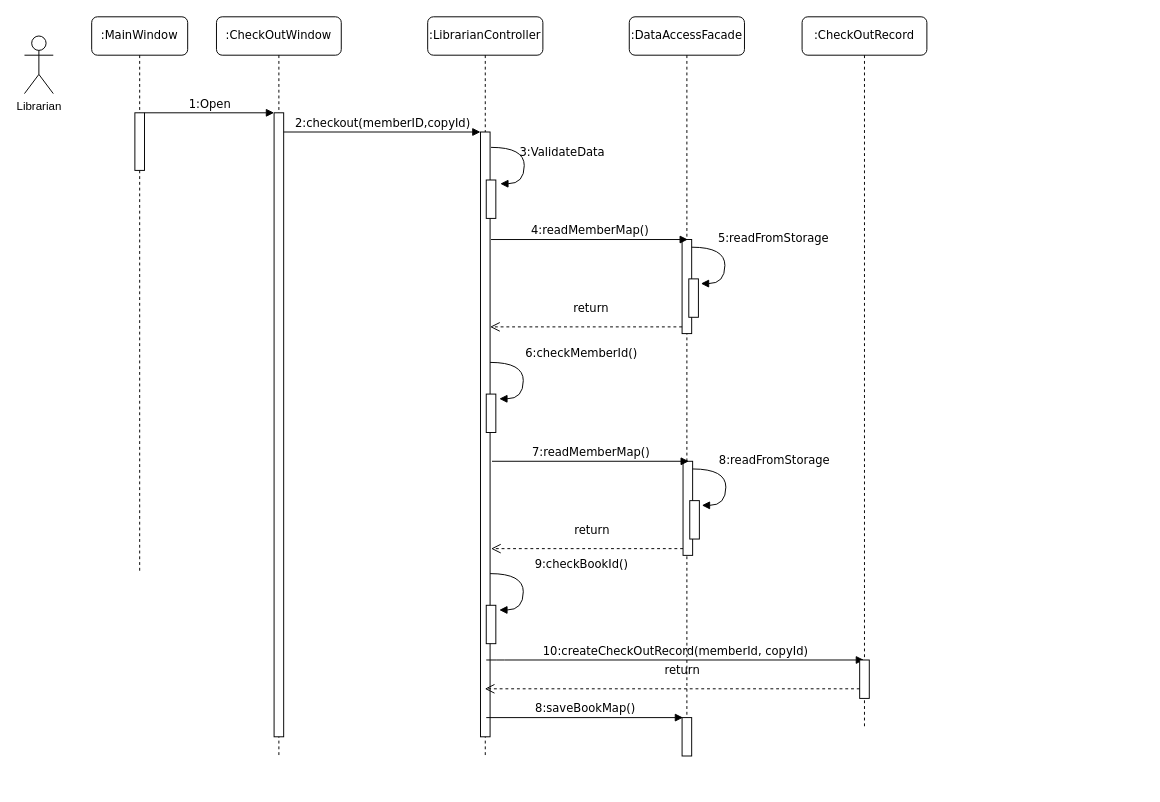
Above: src/docs/checkoutSeqDiagram.drawio in ProfMuhyieddinMIU/MPP-Mar20-Project (draw.io), before the change. Source tidied: cells renumbered, new cells numbered last; positions are measured from the earlier drawing's top-left corner, leaving out a move shared by most shapes. Both pictures are drawn from the tidied source at 96%, with x=0, y=0 at pixel (24, 16).
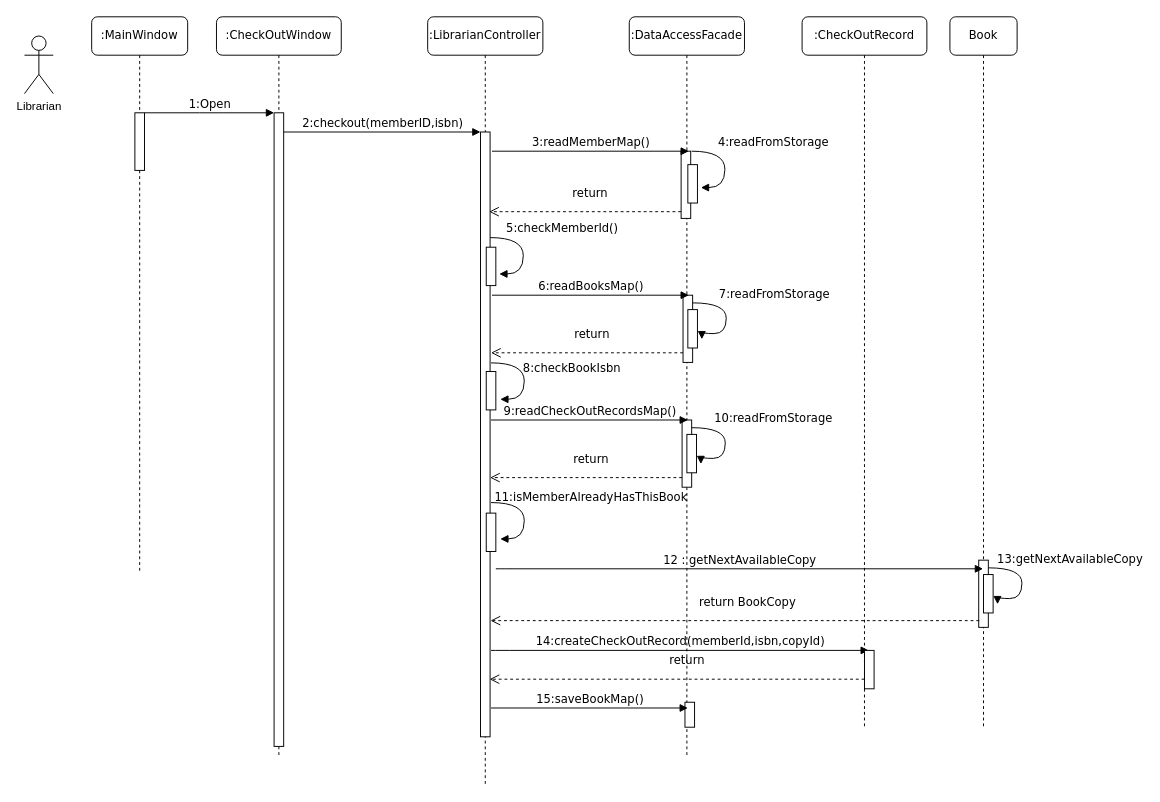
After the change.

Commit message (it also covers changes not shown here):
update checkOut sequence digram

update checkOut sequence digram

Unchanged cells that the change refers to:
```xml
<mxCell id="2" value=":CheckOutWindow" style="shape=umlLifeline;perimeter=lifelinePerimeter;whiteSpace=wrap;html=1;rounded=1;shadow=0;comic=0;labelBackgroundColor=none;strokeWidth=1;fontFamily=Verdana;fontSize=12;align=center;" parent="1" vertex="1">
  <mxGeometry x="200" width="130" height="770" as="geometry" />
</mxCell>
<mxCell id="5" style="html=1;points=[];perimeter=orthogonalPerimeter;rounded=0;shadow=0;comic=0;labelBackgroundColor=none;strokeWidth=1;fontFamily=Verdana;fontSize=12;align=center;" parent="4" vertex="1">
  <mxGeometry x="55" y="120" width="10" height="630" as="geometry" />
</mxCell>
<mxCell id="8" value=":DataAccessFacade" style="shape=umlLifeline;perimeter=lifelinePerimeter;whiteSpace=wrap;html=1;rounded=1;shadow=0;comic=0;labelBackgroundColor=none;strokeWidth=1;fontFamily=Verdana;fontSize=12;align=center;" parent="1" vertex="1">
  <mxGeometry x="630" width="120" height="770" as="geometry" />
</mxCell>
```

The edit, as a diff of the source:
```diff
@@
     <mxCell id="3" style="html=1;points=[];perimeter=orthogonalPerimeter;rounded=0;shadow=0;comic=0;labelBackgroundColor=none;strokeWidth=1;fontFamily=Verdana;fontSize=12;align=center;" parent="2" vertex="1">
-      <mxGeometry x="60" y="100" width="10" height="650" as="geometry" />
+      <mxGeometry x="60" y="100" width="10" height="660" as="geometry" />
     </mxCell>
     <mxCell id="4" value=":LibrarianController" style="shape=umlLifeline;perimeter=lifelinePerimeter;whiteSpace=wrap;html=1;outlineConnect=0;rounded=1;shadow=0;comic=0;labelBackgroundColor=none;strokeWidth=1;fontFamily=Verdana;fontSize=12;align=center;" parent="1" vertex="1">
-      <mxGeometry x="420" width="120" height="770" as="geometry" />
+      <mxGeometry x="420" width="120" height="800" as="geometry" />
     </mxCell>
@@
-    <mxCell id="6" style="html=1;perimeter=orthogonalPerimeter;rounded=0;shadow=0;comic=0;labelBackgroundColor=none;strokeWidth=1;fontFamily=Verdana;fontSize=12;align=center;" parent="4" vertex="1">
-      <mxGeometry x="61" y="613" width="10" height="40" as="geometry" />
-    </mxCell>
-    <mxCell id="7" value="9:checkBookId()" style="html=1;verticalAlign=bottom;endArrow=block;labelBackgroundColor=none;fontFamily=Verdana;fontSize=12;elbow=vertical;edgeStyle=orthogonalEdgeStyle;curved=1;entryX=1;entryY=0.286;entryPerimeter=0;exitX=1.038;exitY=0.345;exitPerimeter=0;" parent="4" edge="1">
-      <mxGeometry x="-0.29" y="-60" relative="1" as="geometry">
-        <mxPoint x="65" y="580" as="sourcePoint" />
-        <mxPoint x="74.6" y="617.9" as="targetPoint" />
-        <Array as="points">
-          <mxPoint x="99.6" y="579.9" />
-          <mxPoint x="99.6" y="617.9" />
-        </Array>
-        <mxPoint x="120" as="offset" />
-      </mxGeometry>
-    </mxCell>
+    <mxCell id="19" style="html=1;perimeter=orthogonalPerimeter;rounded=0;shadow=0;comic=0;labelBackgroundColor=none;strokeWidth=1;fontFamily=Verdana;fontSize=12;align=center;" parent="4" vertex="1">
+      <mxGeometry x="61" y="369.5" width="10" height="40" as="geometry" />
+    </mxCell>
@@
-    <mxCell id="9" style="html=1;perimeter=orthogonalPerimeter;rounded=0;shadow=0;comic=0;labelBackgroundColor=none;strokeWidth=1;fontFamily=Verdana;fontSize=12;align=center;" parent="8" vertex="1">
-      <mxGeometry x="55" y="232" width="10" height="98" as="geometry" />
-    </mxCell>
-    <mxCell id="10" style="html=1;perimeter=orthogonalPerimeter;rounded=0;shadow=0;comic=0;labelBackgroundColor=none;strokeWidth=1;fontFamily=Verdana;fontSize=12;align=center;" parent="8" vertex="1">
-      <mxGeometry x="62" y="273" width="10" height="40" as="geometry" />
-    </mxCell>
     <mxCell id="11" style="html=1;perimeter=orthogonalPerimeter;rounded=0;shadow=0;comic=0;labelBackgroundColor=none;strokeWidth=1;fontFamily=Verdana;fontSize=12;align=center;" parent="8" vertex="1">
-      <mxGeometry x="55" y="730" width="10" height="40" as="geometry" />
+      <mxGeometry x="58" y="714" width="10" height="26" as="geometry" />
     </mxCell>
+    <mxCell id="27" style="html=1;perimeter=orthogonalPerimeter;rounded=0;shadow=0;comic=0;labelBackgroundColor=none;strokeWidth=1;fontFamily=Verdana;fontSize=12;align=center;" parent="8" vertex="1">
+      <mxGeometry x="56" y="290" width="10" height="70" as="geometry" />
+    </mxCell>
+    <mxCell id="28" style="html=1;perimeter=orthogonalPerimeter;rounded=0;shadow=0;comic=0;labelBackgroundColor=none;strokeWidth=1;fontFamily=Verdana;fontSize=12;align=center;" parent="8" vertex="1">
+      <mxGeometry x="61" y="305" width="10" height="40" as="geometry" />
+    </mxCell>
+    <mxCell id="29" value="6:readBooksMap()" style="html=1;verticalAlign=bottom;endArrow=block;entryX=0;entryY=0;labelBackgroundColor=none;fontFamily=Verdana;fontSize=12;edgeStyle=elbowEdgeStyle;elbow=vertical;" parent="8" edge="1">
+      <mxGeometry relative="1" as="geometry">
+        <mxPoint x="-143" y="290" as="sourcePoint" />
+        <mxPoint x="62" y="290.1" as="targetPoint" />
+      </mxGeometry>
+    </mxCell>
+    <mxCell id="30" value="return" style="html=1;verticalAlign=bottom;endArrow=open;dashed=1;endSize=8;exitX=0;exitY=0.95;labelBackgroundColor=none;fontFamily=Verdana;fontSize=12;" parent="8" edge="1">
+      <mxGeometry x="-0.05" y="-10" relative="1" as="geometry">
+        <mxPoint x="56" y="350" as="sourcePoint" />
+        <mxPoint x="-144" y="350" as="targetPoint" />
+      </mxGeometry>
+    </mxCell>
+    <mxCell id="31" value="7:readFromStorage" style="html=1;verticalAlign=bottom;endArrow=block;labelBackgroundColor=none;fontFamily=Verdana;fontSize=12;elbow=vertical;edgeStyle=orthogonalEdgeStyle;curved=1;entryX=1;entryY=0.286;entryPerimeter=0;exitX=1.038;exitY=0.345;exitPerimeter=0;" parent="8" edge="1">
+      <mxGeometry x="-0.29" y="-50" relative="1" as="geometry">
+        <mxPoint x="66" y="298" as="sourcePoint" />
+        <mxPoint x="75.6" y="335.9" as="targetPoint" />
+        <Array as="points">
+          <mxPoint x="101" y="298" />
+          <mxPoint x="101" y="330" />
+          <mxPoint x="76" y="330" />
+        </Array>
+        <mxPoint x="100" as="offset" />
+      </mxGeometry>
+    </mxCell>
+    <mxCell id="34" style="html=1;perimeter=orthogonalPerimeter;rounded=0;shadow=0;comic=0;labelBackgroundColor=none;strokeWidth=1;fontFamily=Verdana;fontSize=12;align=center;" parent="8" vertex="1">
+      <mxGeometry x="55" y="420" width="10" height="70" as="geometry" />
+    </mxCell>
+    <mxCell id="35" style="html=1;perimeter=orthogonalPerimeter;rounded=0;shadow=0;comic=0;labelBackgroundColor=none;strokeWidth=1;fontFamily=Verdana;fontSize=12;align=center;" parent="8" vertex="1">
+      <mxGeometry x="60" y="435" width="10" height="40" as="geometry" />
+    </mxCell>
+    <mxCell id="36" value="9:readCheckOutRecordsMap()" style="html=1;verticalAlign=bottom;endArrow=block;entryX=0;entryY=0;labelBackgroundColor=none;fontFamily=Verdana;fontSize=12;edgeStyle=elbowEdgeStyle;elbow=vertical;" parent="8" edge="1">
+      <mxGeometry relative="1" as="geometry">
+        <mxPoint x="-144" y="420" as="sourcePoint" />
+        <mxPoint x="61" y="420.1" as="targetPoint" />
+      </mxGeometry>
+    </mxCell>
+    <mxCell id="37" value="return" style="html=1;verticalAlign=bottom;endArrow=open;dashed=1;endSize=8;exitX=0;exitY=0.95;labelBackgroundColor=none;fontFamily=Verdana;fontSize=12;" parent="8" edge="1">
+      <mxGeometry x="-0.05" y="-10" relative="1" as="geometry">
+        <mxPoint x="55" y="480" as="sourcePoint" />
+        <mxPoint x="-145" y="480" as="targetPoint" />
+      </mxGeometry>
+    </mxCell>
+    <mxCell id="38" value="10:readFromStorage" style="html=1;verticalAlign=bottom;endArrow=block;labelBackgroundColor=none;fontFamily=Verdana;fontSize=12;elbow=vertical;edgeStyle=orthogonalEdgeStyle;curved=1;entryX=1;entryY=0.286;entryPerimeter=0;exitX=1.038;exitY=0.345;exitPerimeter=0;" parent="8" edge="1">
+      <mxGeometry x="-0.29" y="-50" relative="1" as="geometry">
+        <mxPoint x="65" y="428" as="sourcePoint" />
+        <mxPoint x="74.6" y="465.9" as="targetPoint" />
+        <Array as="points">
+          <mxPoint x="100" y="428" />
+          <mxPoint x="100" y="460" />
+          <mxPoint x="75" y="460" />
+        </Array>
+        <mxPoint x="100" as="offset" />
+      </mxGeometry>
+    </mxCell>
@@
-    <mxCell id="16" value="2:checkout(memberID,copyId)" style="html=1;verticalAlign=bottom;endArrow=block;entryX=0;entryY=0;labelBackgroundColor=none;fontFamily=Verdana;fontSize=12;edgeStyle=elbowEdgeStyle;elbow=vertical;" parent="1" edge="1" source="3" target="5">
+    <mxCell id="16" value="2:checkout(memberID,isbn)" style="html=1;verticalAlign=bottom;endArrow=block;entryX=0;entryY=0;labelBackgroundColor=none;fontFamily=Verdana;fontSize=12;edgeStyle=elbowEdgeStyle;elbow=vertical;" parent="1" edge="1" source="3" target="5">
       <mxGeometry relative="1" as="geometry" />
     </mxCell>
@@
-    <mxCell id="18" value="3:ValidateData" style="html=1;verticalAlign=bottom;endArrow=block;labelBackgroundColor=none;fontFamily=Verdana;fontSize=12;elbow=vertical;edgeStyle=orthogonalEdgeStyle;curved=1;entryX=1;entryY=0.286;entryPerimeter=0;exitX=1.038;exitY=0.345;exitPerimeter=0;" parent="1" edge="1">
-      <mxGeometry x="-0.29" y="-42" relative="1" as="geometry">
-        <mxPoint x="486" y="136" as="sourcePoint" />
-        <mxPoint x="495.6" y="173.9" as="targetPoint" />
+    <mxCell id="18" value="8:checkBookIsbn" style="html=1;verticalAlign=bottom;endArrow=block;labelBackgroundColor=none;fontFamily=Verdana;fontSize=12;elbow=vertical;edgeStyle=orthogonalEdgeStyle;curved=1;entryX=1;entryY=0.286;entryPerimeter=0;exitX=1.038;exitY=0.345;exitPerimeter=0;" parent="1" edge="1">
+      <mxGeometry x="-0.29" y="-51" relative="1" as="geometry">
+        <mxPoint x="486" y="360.5" as="sourcePoint" />
+        <mxPoint x="495.6" y="398.4" as="targetPoint" />
         <Array as="points">
-          <mxPoint x="520.6" y="135.9" />
-          <mxPoint x="520.6" y="173.9" />
+          <mxPoint x="520.6" y="360.4" />
+          <mxPoint x="520.6" y="398.4" />
         </Array>
-        <mxPoint x="81" y="14" as="offset" />
+        <mxPoint x="100" y="14" as="offset" />
       </mxGeometry>
     </mxCell>
-    <mxCell id="19" style="html=1;perimeter=orthogonalPerimeter;rounded=0;shadow=0;comic=0;labelBackgroundColor=none;strokeWidth=1;fontFamily=Verdana;fontSize=12;align=center;" parent="1" vertex="1">
-      <mxGeometry x="481" y="170" width="10" height="40" as="geometry" />
-    </mxCell>
-    <mxCell id="20" value="4:readMemberMap()" style="html=1;verticalAlign=bottom;endArrow=block;entryX=0;entryY=0;labelBackgroundColor=none;fontFamily=Verdana;fontSize=12;edgeStyle=elbowEdgeStyle;elbow=vertical;" parent="1" edge="1">
-      <mxGeometry relative="1" as="geometry">
-        <mxPoint x="486" y="232" as="sourcePoint" />
-        <mxPoint x="691" y="232.1" as="targetPoint" />
-      </mxGeometry>
-    </mxCell>
-    <mxCell id="21" value="return" style="html=1;verticalAlign=bottom;endArrow=open;dashed=1;endSize=8;exitX=0;exitY=0.95;labelBackgroundColor=none;fontFamily=Verdana;fontSize=12;" parent="1" edge="1">
-      <mxGeometry x="-0.05" y="-10" relative="1" as="geometry">
-        <mxPoint x="685" y="323" as="sourcePoint" />
-        <mxPoint x="485" y="323" as="targetPoint" />
-      </mxGeometry>
-    </mxCell>
-    <mxCell id="22" value="5:readFromStorage" style="html=1;verticalAlign=bottom;endArrow=block;labelBackgroundColor=none;fontFamily=Verdana;fontSize=12;elbow=vertical;edgeStyle=orthogonalEdgeStyle;curved=1;entryX=1;entryY=0.286;entryPerimeter=0;exitX=1.038;exitY=0.345;exitPerimeter=0;" parent="1" edge="1">
-      <mxGeometry x="-0.29" y="-50" relative="1" as="geometry">
-        <mxPoint x="695" y="240" as="sourcePoint" />
-        <mxPoint x="704.6" y="277.9" as="targetPoint" />
-        <Array as="points">
-          <mxPoint x="729.6" y="239.9" />
-          <mxPoint x="729.6" y="277.9" />
-        </Array>
-        <mxPoint x="100" as="offset" />
-      </mxGeometry>
-    </mxCell>
     <mxCell id="23" style="html=1;perimeter=orthogonalPerimeter;rounded=0;shadow=0;comic=0;labelBackgroundColor=none;strokeWidth=1;fontFamily=Verdana;fontSize=12;align=center;" parent="1" vertex="1">
-      <mxGeometry x="481" y="393" width="10" height="40" as="geometry" />
+      <mxGeometry x="481" y="240" width="10" height="40" as="geometry" />
     </mxCell>
-    <mxCell id="24" value="6:checkMemberId()" style="html=1;verticalAlign=bottom;endArrow=block;labelBackgroundColor=none;fontFamily=Verdana;fontSize=12;elbow=vertical;edgeStyle=orthogonalEdgeStyle;curved=1;entryX=1;entryY=0.286;entryPerimeter=0;exitX=1.038;exitY=0.345;exitPerimeter=0;" parent="1" edge="1">
-      <mxGeometry x="-0.29" y="-60" relative="1" as="geometry">
-        <mxPoint x="485" y="360" as="sourcePoint" />
-        <mxPoint x="494.6" y="397.9" as="targetPoint" />
+    <mxCell id="24" value="5:checkMemberId()" style="html=1;verticalAlign=bottom;endArrow=block;labelBackgroundColor=none;fontFamily=Verdana;fontSize=12;elbow=vertical;edgeStyle=orthogonalEdgeStyle;curved=1;entryX=1;entryY=0.286;entryPerimeter=0;exitX=1.038;exitY=0.345;exitPerimeter=0;" parent="1" edge="1">
+      <mxGeometry x="-0.29" y="-40" relative="1" as="geometry">
+        <mxPoint x="485" y="230" as="sourcePoint" />
+        <mxPoint x="494.6" y="267.9" as="targetPoint" />
         <Array as="points">
-          <mxPoint x="519.6" y="359.9" />
-          <mxPoint x="519.6" y="397.9" />
+          <mxPoint x="519.6" y="229.9" />
+          <mxPoint x="519.6" y="267.9" />
         </Array>
-        <mxPoint x="120" as="offset" />
+        <mxPoint x="80" as="offset" />
       </mxGeometry>
     </mxCell>
-    <mxCell id="25" value="10:createCheckOutRecord(memberId, copyId)" style="html=1;verticalAlign=bottom;endArrow=block;labelBackgroundColor=none;fontFamily=Verdana;fontSize=12;edgeStyle=elbowEdgeStyle;elbow=vertical;" parent="1" edge="1">
+    <mxCell id="25" value="14:createCheckOutRecord(memberId,isbn,copyId)" style="html=1;verticalAlign=bottom;endArrow=block;labelBackgroundColor=none;fontFamily=Verdana;fontSize=12;edgeStyle=elbowEdgeStyle;elbow=vertical;" parent="1" edge="1">
       <mxGeometry relative="1" as="geometry">
-        <mxPoint x="481" y="670" as="sourcePoint" />
-        <mxPoint x="874.5" y="670" as="targetPoint" />
+        <mxPoint x="486" y="660" as="sourcePoint" />
+        <mxPoint x="879.5" y="660" as="targetPoint" />
         <Array as="points">
-          <mxPoint x="490" y="670" />
+          <mxPoint x="495" y="660" />
         </Array>
       </mxGeometry>
     </mxCell>
-    <mxCell id="26" value="8:saveBookMap()" style="html=1;verticalAlign=bottom;endArrow=block;entryX=0;entryY=0;labelBackgroundColor=none;fontFamily=Verdana;fontSize=12;edgeStyle=elbowEdgeStyle;elbow=vertical;" parent="1" edge="1">
+    <mxCell id="26" value="15:saveBookMap()" style="html=1;verticalAlign=bottom;endArrow=block;entryX=0;entryY=0;labelBackgroundColor=none;fontFamily=Verdana;fontSize=12;edgeStyle=elbowEdgeStyle;elbow=vertical;" parent="1" edge="1">
       <mxGeometry relative="1" as="geometry">
-        <mxPoint x="481" y="730" as="sourcePoint" />
-        <mxPoint x="686" y="730.1" as="targetPoint" />
+        <mxPoint x="486" y="720" as="sourcePoint" />
+        <mxPoint x="691" y="720.1" as="targetPoint" />
       </mxGeometry>
     </mxCell>
-    <mxCell id="27" style="html=1;perimeter=orthogonalPerimeter;rounded=0;shadow=0;comic=0;labelBackgroundColor=none;strokeWidth=1;fontFamily=Verdana;fontSize=12;align=center;" parent="1" vertex="1">
-      <mxGeometry x="686" y="463" width="10" height="98" as="geometry" />
-    </mxCell>
-    <mxCell id="28" style="html=1;perimeter=orthogonalPerimeter;rounded=0;shadow=0;comic=0;labelBackgroundColor=none;strokeWidth=1;fontFamily=Verdana;fontSize=12;align=center;" parent="1" vertex="1">
-      <mxGeometry x="693" y="504" width="10" height="40" as="geometry" />
-    </mxCell>
-    <mxCell id="29" value="7:readMemberMap()" style="html=1;verticalAlign=bottom;endArrow=block;entryX=0;entryY=0;labelBackgroundColor=none;fontFamily=Verdana;fontSize=12;edgeStyle=elbowEdgeStyle;elbow=vertical;" parent="1" edge="1">
-      <mxGeometry relative="1" as="geometry">
-        <mxPoint x="487" y="463" as="sourcePoint" />
-        <mxPoint x="692" y="463.1" as="targetPoint" />
-      </mxGeometry>
-    </mxCell>
-    <mxCell id="30" value="return" style="html=1;verticalAlign=bottom;endArrow=open;dashed=1;endSize=8;exitX=0;exitY=0.95;labelBackgroundColor=none;fontFamily=Verdana;fontSize=12;" parent="1" edge="1">
-      <mxGeometry x="-0.05" y="-10" relative="1" as="geometry">
-        <mxPoint x="686" y="554" as="sourcePoint" />
-        <mxPoint x="486" y="554" as="targetPoint" />
-      </mxGeometry>
-    </mxCell>
-    <mxCell id="31" value="8:readFromStorage" style="html=1;verticalAlign=bottom;endArrow=block;labelBackgroundColor=none;fontFamily=Verdana;fontSize=12;elbow=vertical;edgeStyle=orthogonalEdgeStyle;curved=1;entryX=1;entryY=0.286;entryPerimeter=0;exitX=1.038;exitY=0.345;exitPerimeter=0;" parent="1" edge="1">
-      <mxGeometry x="-0.29" y="-50" relative="1" as="geometry">
-        <mxPoint x="696" y="471" as="sourcePoint" />
-        <mxPoint x="705.6" y="508.9" as="targetPoint" />
-        <Array as="points">
-          <mxPoint x="730.6" y="470.9" />
-          <mxPoint x="730.6" y="508.9" />
-        </Array>
-        <mxPoint x="100" as="offset" />
-      </mxGeometry>
-    </mxCell>
     <mxCell id="32" style="html=1;perimeter=orthogonalPerimeter;rounded=0;shadow=0;comic=0;labelBackgroundColor=none;strokeWidth=1;fontFamily=Verdana;fontSize=12;align=center;" parent="1" vertex="1">
-      <mxGeometry x="870" y="670" width="10" height="40" as="geometry" />
+      <mxGeometry x="875" y="660" width="10" height="40" as="geometry" />
     </mxCell>
-    <mxCell id="33" value="return" style="html=1;verticalAlign=bottom;endArrow=open;dashed=1;endSize=8;exitX=0;exitY=0.95;labelBackgroundColor=none;fontFamily=Verdana;fontSize=12;" parent="1" edge="1" target="4">
+    <mxCell id="33" value="return" style="html=1;verticalAlign=bottom;endArrow=open;dashed=1;endSize=8;exitX=0;exitY=0.95;labelBackgroundColor=none;fontFamily=Verdana;fontSize=12;" parent="1" edge="1">
       <mxGeometry x="-0.05" y="-10" relative="1" as="geometry">
-        <mxPoint x="870" y="700" as="sourcePoint" />
+        <mxPoint x="875" y="690" as="sourcePoint" />
+        <mxPoint x="484.5" y="690" as="targetPoint" />
       </mxGeometry>
     </mxCell>
+    <mxCell id="39" style="html=1;perimeter=orthogonalPerimeter;rounded=0;shadow=0;comic=0;labelBackgroundColor=none;strokeWidth=1;fontFamily=Verdana;fontSize=12;align=center;" parent="1" vertex="1">
+      <mxGeometry x="481" y="517" width="10" height="40" as="geometry" />
+    </mxCell>
+    <mxCell id="40" value="11:isMemberAlreadyHasThisBook" style="html=1;verticalAlign=bottom;endArrow=block;labelBackgroundColor=none;fontFamily=Verdana;fontSize=12;elbow=vertical;edgeStyle=orthogonalEdgeStyle;curved=1;entryX=1;entryY=0.286;entryPerimeter=0;exitX=1.038;exitY=0.345;exitPerimeter=0;" parent="1" edge="1">
+      <mxGeometry x="-0.29" y="-70" relative="1" as="geometry">
+        <mxPoint x="486" y="506" as="sourcePoint" />
+        <mxPoint x="495.6" y="543.9" as="targetPoint" />
+        <Array as="points">
+          <mxPoint x="520.6" y="505.9" />
+          <mxPoint x="520.6" y="543.9" />
+        </Array>
+        <mxPoint x="139" y="4" as="offset" />
+      </mxGeometry>
+    </mxCell>
+    <mxCell id="9" style="html=1;perimeter=orthogonalPerimeter;rounded=0;shadow=0;comic=0;labelBackgroundColor=none;strokeWidth=1;fontFamily=Verdana;fontSize=12;align=center;" parent="1" vertex="1">
+      <mxGeometry x="684" y="140" width="10" height="70" as="geometry" />
+    </mxCell>
+    <mxCell id="10" style="html=1;perimeter=orthogonalPerimeter;rounded=0;shadow=0;comic=0;labelBackgroundColor=none;strokeWidth=1;fontFamily=Verdana;fontSize=12;align=center;" parent="1" vertex="1">
+      <mxGeometry x="691" y="154" width="10" height="40" as="geometry" />
+    </mxCell>
+    <mxCell id="20" value="3:readMemberMap()" style="html=1;verticalAlign=bottom;endArrow=block;entryX=0;entryY=0;labelBackgroundColor=none;fontFamily=Verdana;fontSize=12;edgeStyle=elbowEdgeStyle;elbow=vertical;" parent="1" edge="1">
+      <mxGeometry relative="1" as="geometry">
+        <mxPoint x="487" y="140" as="sourcePoint" />
+        <mxPoint x="692" y="140.1" as="targetPoint" />
+      </mxGeometry>
+    </mxCell>
+    <mxCell id="21" value="return" style="html=1;verticalAlign=bottom;endArrow=open;dashed=1;endSize=8;exitX=0;exitY=0.95;labelBackgroundColor=none;fontFamily=Verdana;fontSize=12;" parent="1" edge="1">
+      <mxGeometry x="-0.05" y="-10" relative="1" as="geometry">
+        <mxPoint x="684" y="203" as="sourcePoint" />
+        <mxPoint x="484" y="203" as="targetPoint" />
+      </mxGeometry>
+    </mxCell>
+    <mxCell id="22" value="4:readFromStorage" style="html=1;verticalAlign=bottom;endArrow=block;labelBackgroundColor=none;fontFamily=Verdana;fontSize=12;elbow=vertical;edgeStyle=orthogonalEdgeStyle;curved=1;entryX=1;entryY=0.286;entryPerimeter=0;exitX=1.038;exitY=0.345;exitPerimeter=0;" parent="1" edge="1">
+      <mxGeometry x="-0.29" y="-50" relative="1" as="geometry">
+        <mxPoint x="695" y="140" as="sourcePoint" />
+        <mxPoint x="704.6" y="177.9" as="targetPoint" />
+        <Array as="points">
+          <mxPoint x="729.6" y="139.9" />
+          <mxPoint x="729.6" y="177.9" />
+        </Array>
+        <mxPoint x="100" as="offset" />
+      </mxGeometry>
+    </mxCell>
+    <mxCell id="41" value="Book" style="shape=umlLifeline;perimeter=lifelinePerimeter;whiteSpace=wrap;html=1;outlineConnect=0;rounded=1;shadow=0;comic=0;labelBackgroundColor=none;strokeWidth=1;fontFamily=Verdana;fontSize=12;align=center;" parent="1" vertex="1">
+      <mxGeometry x="964" width="70" height="740" as="geometry" />
+    </mxCell>
+    <mxCell id="42" style="html=1;perimeter=orthogonalPerimeter;rounded=0;shadow=0;comic=0;labelBackgroundColor=none;strokeWidth=1;fontFamily=Verdana;fontSize=12;align=center;" parent="41" vertex="1">
+      <mxGeometry x="30" y="566" width="10" height="70" as="geometry" />
+    </mxCell>
+    <mxCell id="43" style="html=1;perimeter=orthogonalPerimeter;rounded=0;shadow=0;comic=0;labelBackgroundColor=none;strokeWidth=1;fontFamily=Verdana;fontSize=12;align=center;" parent="41" vertex="1">
+      <mxGeometry x="35" y="581" width="10" height="40" as="geometry" />
+    </mxCell>
+    <mxCell id="44" value="13:getNextAvailableCopy" style="html=1;verticalAlign=bottom;endArrow=block;labelBackgroundColor=none;fontFamily=Verdana;fontSize=12;elbow=vertical;edgeStyle=orthogonalEdgeStyle;curved=1;entryX=1;entryY=0.286;entryPerimeter=0;exitX=1.038;exitY=0.345;exitPerimeter=0;" parent="41" edge="1">
+      <mxGeometry x="-0.29" y="-50" relative="1" as="geometry">
+        <mxPoint x="40" y="574" as="sourcePoint" />
+        <mxPoint x="49.6" y="611.9" as="targetPoint" />
+        <Array as="points">
+          <mxPoint x="75" y="574" />
+          <mxPoint x="75" y="606" />
+          <mxPoint x="50" y="606" />
+        </Array>
+        <mxPoint x="100" as="offset" />
+      </mxGeometry>
+    </mxCell>
+    <mxCell id="45" value="12 : getNextAvailableCopy" style="html=1;verticalAlign=bottom;endArrow=block;labelBackgroundColor=none;fontFamily=Verdana;fontSize=12;edgeStyle=elbowEdgeStyle;elbow=vertical;" parent="1" edge="1" target="41">
+      <mxGeometry relative="1" as="geometry">
+        <mxPoint x="491" y="575" as="sourcePoint" />
+        <Array as="points">
+          <mxPoint x="500" y="575" />
+        </Array>
+      </mxGeometry>
+    </mxCell>
+    <mxCell id="46" value="return BookCopy" style="html=1;verticalAlign=bottom;endArrow=open;dashed=1;endSize=8;labelBackgroundColor=none;fontFamily=Verdana;fontSize=12;" parent="1" edge="1">
+      <mxGeometry x="-0.05" y="-10" relative="1" as="geometry">
+        <mxPoint x="994.5" y="629" as="sourcePoint" />
+        <mxPoint x="485.5" y="629" as="targetPoint" />
+      </mxGeometry>
+    </mxCell>
```
